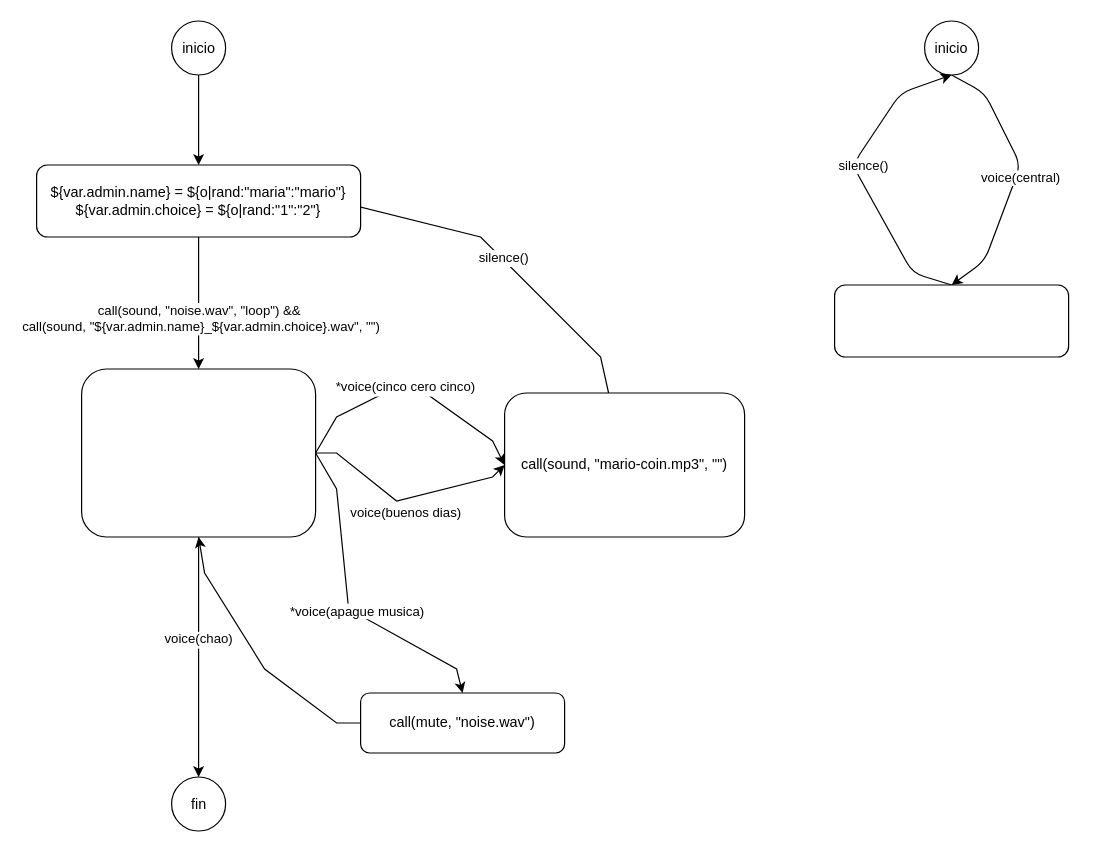
Before: data/ue/scenes/caso1.drawio in ejfdelgado/ejflab, a draw.io diagram. Source tidied: cells renumbered, new cells numbered last; positions are measured from the earlier drawing's top-left corner, leaving out a move shared by most shapes. Both pictures are drawn from the tidied source at 120%, with x=0, y=0 at pixel (36, 20).
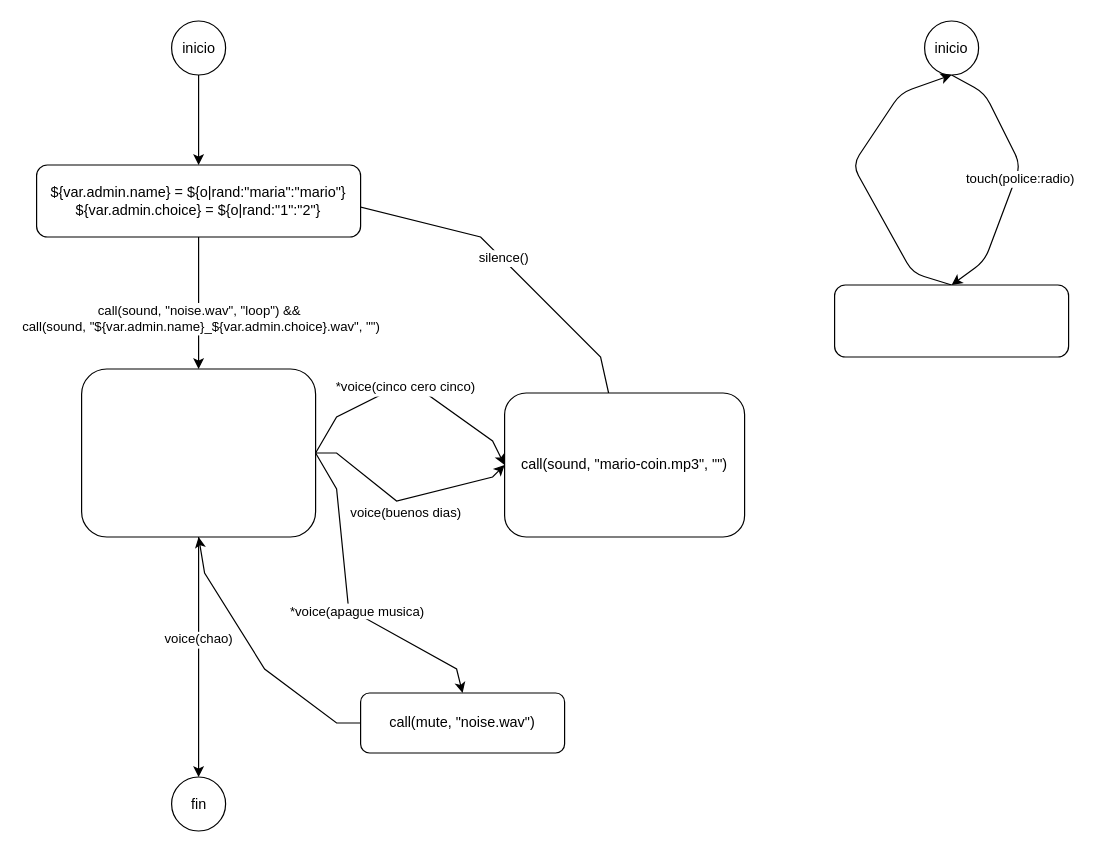
The same page after the edit.

Commit message (it also covers changes not shown here):
se persiste el modelo de touch

The change refers to these unchanged cells:
```xml
<mxCell id="23" style="edgeStyle=none;entryX=0.5;entryY=0;entryDx=0;entryDy=0;exitX=0.5;exitY=1;exitDx=0;exitDy=0;" parent="1" edge="1" source="25" target="28">
  <mxGeometry relative="1" as="geometry">
    <Array as="points">
      <mxPoint x="790" y="60" />
      <mxPoint x="820" y="120" />
      <mxPoint x="790" y="200" />
    </Array>
  </mxGeometry>
</mxCell>
<mxCell id="26" style="edgeStyle=none;entryX=0.5;entryY=1;entryDx=0;entryDy=0;exitX=0.5;exitY=0;exitDx=0;exitDy=0;" parent="1" edge="1" source="28" target="25">
  <mxGeometry relative="1" as="geometry">
    <Array as="points">
      <mxPoint x="730" y="210" />
      <mxPoint x="680" y="120" />
      <mxPoint x="720" y="60" />
    </Array>
  </mxGeometry>
</mxCell>
```

What changed in the source:
```diff
@@
-    <mxCell id="24" value="voice(central)" style="edgeLabel;html=1;align=center;verticalAlign=middle;" parent="23" vertex="1">
+    <mxCell id="24" value="touch(police:radio)" style="edgeLabel;align=center;verticalAlign=middle;" parent="23" vertex="1">
       <mxGeometry x="-0.25" relative="1" as="geometry">
         <mxPoint x="7" y="25" as="offset" />
       </mxGeometry>
     </mxCell>
@@
-    <mxCell id="27" value="silence()" style="edgeLabel;html=1;align=center;verticalAlign=middle;" parent="26" vertex="1">
-      <mxGeometry x="-0.05" y="-1" relative="1" as="geometry">
-        <mxPoint y="-13" as="offset" />
-      </mxGeometry>
-    </mxCell>
```
